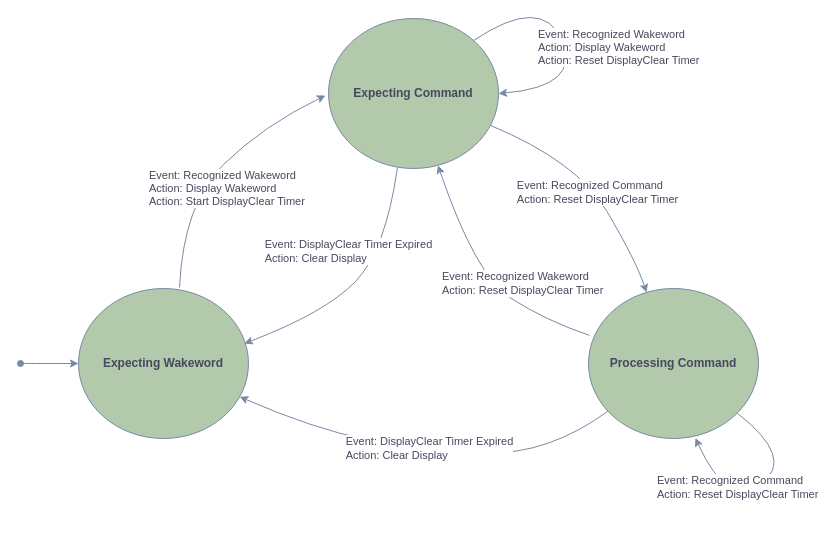
Earlier version of the draw.io diagram doc/programming_guide/ffd/diagrams/speech-recognizer_state-machine.drawio (xmos/sln_voice). Source tidied: cells renumbered, new cells numbered last; positions are measured from the earlier drawing's top-left corner, leaving out a move shared by most shapes. Both pictures are drawn from the tidied source at 100%, with x=0, y=0 at pixel (20, -6).
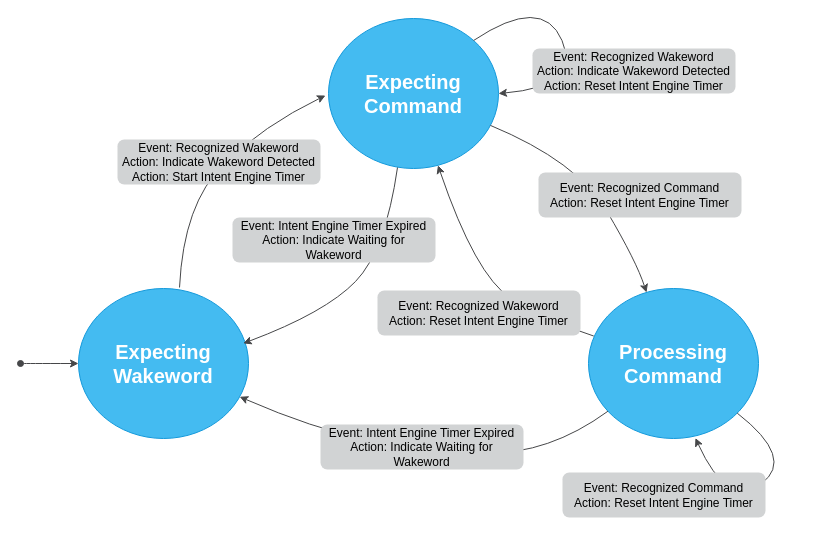
After the change.

Commit message (it also covers changes not shown here):
Updated ASR state machine diagram

Change to the diagram source:
```diff
@@
-    <mxCell id="2" value="&lt;b&gt;Expecting Wakeword&lt;/b&gt;" style="ellipse;whiteSpace=wrap;html=1;rounded=1;fillColor=#B2C9AB;strokeColor=#788AA3;fontColor=#46495D;" parent="1" vertex="1">
+    <mxCell id="2" value="&lt;span style=&quot;font-size: 20px;&quot;&gt;Expecting&lt;br style=&quot;font-size: 20px;&quot;&gt;Wakeword&lt;/span&gt;" style="ellipse;whiteSpace=wrap;html=1;rounded=1;fillColor=#44BBF1;strokeColor=#1399DB;fontColor=#FFFFFF;labelBackgroundColor=none;fontFamily=Arial Nova Light;fontSize=20;fontStyle=1;labelBorderColor=none;" parent="1" vertex="1">
       <mxGeometry x="58" y="294" width="170" height="150" as="geometry" />
     </mxCell>
-    <mxCell id="3" value="&lt;b&gt;Expecting Command&lt;/b&gt;" style="ellipse;whiteSpace=wrap;html=1;rounded=1;fillColor=#B2C9AB;strokeColor=#788AA3;fontColor=#46495D;" parent="1" vertex="1">
+    <mxCell id="3" value="&lt;span style=&quot;font-size: 20px;&quot;&gt;Expecting&lt;br style=&quot;font-size: 20px;&quot;&gt;Command&lt;/span&gt;" style="ellipse;whiteSpace=wrap;html=1;rounded=1;fillColor=#44BBF1;strokeColor=#1399DB;fontColor=#FFFFFF;labelBackgroundColor=none;fontFamily=Arial Nova Light;fontSize=20;fontStyle=1;labelBorderColor=none;" parent="1" vertex="1">
       <mxGeometry x="308" y="24" width="170" height="150" as="geometry" />
     </mxCell>
-    <mxCell id="4" value="&lt;b&gt;Processing Command&lt;/b&gt;" style="ellipse;whiteSpace=wrap;html=1;rounded=1;fillColor=#B2C9AB;strokeColor=#788AA3;fontColor=#46495D;" parent="1" vertex="1">
+    <mxCell id="4" value="&lt;span style=&quot;font-size: 20px;&quot;&gt;Processing&lt;br style=&quot;font-size: 20px;&quot;&gt;Command&lt;/span&gt;" style="ellipse;whiteSpace=wrap;html=1;rounded=1;fillColor=#44BBF1;strokeColor=#1399DB;fontColor=#FFFFFF;labelBackgroundColor=none;fontFamily=Arial Nova Light;fontSize=20;fontStyle=1;labelBorderColor=none;" parent="1" vertex="1">
       <mxGeometry x="568" y="294" width="170" height="150" as="geometry" />
     </mxCell>
-    <mxCell id="5" value="Event: Recognized Wakeword&lt;br&gt;Action: Display Wakeword&lt;br&gt;Action: Start DisplayClear Timer" style="endArrow=classic;html=1;rounded=1;strokeColor=#788AA3;fontColor=#46495D;curved=1;align=left;" parent="1" edge="1">
-      <mxGeometry x="-0.34" y="43" relative="1" as="geometry">
-        <mxPoint x="159" y="293" as="sourcePoint" />
-        <mxPoint x="305" y="101" as="targetPoint" />
-        <Array as="points">
-          <mxPoint x="163" y="209" />
-          <mxPoint x="243" y="131" />
-        </Array>
-        <mxPoint x="-8" y="18" as="offset" />
-      </mxGeometry>
-    </mxCell>
+    <mxCell id="16" style="endArrow=classic;html=1;rounded=1;strokeColor=#464749;fontColor=#000000;curved=1;align=left;labelBackgroundColor=none;fontFamily=Arial Nova Light;fontSize=12;fontStyle=1;fillColor=#44BBF1;labelBorderColor=none;" parent="1" edge="1">
+      <mxGeometry x="-0.36" y="39" relative="1" as="geometry">
+        <mxPoint x="159" y="293" as="sourcePoint" />
+        <mxPoint x="305" y="101" as="targetPoint" />
+        <Array as="points">
+          <mxPoint x="163" y="209" />
+          <mxPoint x="243" y="131" />
+        </Array>
+        <mxPoint x="-8" y="13" as="offset" />
+      </mxGeometry>
+    </mxCell>
-    <mxCell id="6" style="curved=1;endArrow=classic;html=1;rounded=1;sketch=0;fontColor=#46495D;strokeColor=#788AA3;fillColor=#B2C9AB;" parent="1" edge="1" source="4" target="2">
+    <mxCell id="6" style="curved=1;endArrow=classic;html=1;rounded=1;fontColor=#000000;strokeColor=#464749;fillColor=#44BBF1;labelBackgroundColor=none;fontFamily=Arial Nova Light;fontSize=12;fontStyle=1;labelBorderColor=none;" parent="1" edge="1" source="4" target="2">
       <mxGeometry relative="1" as="geometry">
         <Array as="points">
           <mxPoint x="528" y="460" />
           <mxPoint x="403" y="457" />
           <mxPoint x="292" y="434" />
         </Array>
       </mxGeometry>
     </mxCell>
-    <mxCell id="7" value="&lt;div style=&quot;text-align: left;&quot;&gt;Event: DisplayClear Timer Expired&lt;/div&gt;&lt;div style=&quot;text-align: left;&quot;&gt;Action: Clear Display&lt;/div&gt;" style="edgeLabel;html=1;align=center;verticalAlign=middle;fontColor=#46495D;" parent="6" vertex="1">
-      <mxGeometry x="0.15" y="1" relative="1" as="geometry">
-        <mxPoint x="32" y="1" as="offset" />
-      </mxGeometry>
-    </mxCell>
-    <mxCell id="8" style="curved=1;endArrow=classic;html=1;rounded=1;sketch=0;fontColor=#46495D;strokeColor=#788AA3;fillColor=#B2C9AB;exitX=0.412;exitY=0.993;exitDx=0;exitDy=0;entryX=0.982;entryY=0.367;entryDx=0;entryDy=0;entryPerimeter=0;exitPerimeter=0;" parent="1" edge="1">
-      <mxGeometry relative="1" as="geometry">
-        <mxPoint x="377" y="173" as="sourcePoint" />
-        <mxPoint x="223.9" y="349" as="targetPoint" />
-        <Array as="points">
-          <mxPoint x="365" y="256" />
-          <mxPoint x="305" y="318" />
-        </Array>
-      </mxGeometry>
-    </mxCell>
-    <mxCell id="9" value="&lt;div style=&quot;text-align: left;&quot;&gt;Event: DisplayClear Timer Expired&lt;/div&gt;&lt;div style=&quot;text-align: left;&quot;&gt;Action: Clear Display&lt;/div&gt;" style="edgeLabel;html=1;align=center;verticalAlign=middle;fontColor=#46495D;" parent="8" vertex="1">
-      <mxGeometry x="-0.09" relative="1" as="geometry">
-        <mxPoint x="-14" y="-23" as="offset" />
-      </mxGeometry>
-    </mxCell>
+    <mxCell id="17" value="&lt;div style=&quot;text-align: left; font-size: 12px;&quot;&gt;&lt;br&gt;&lt;/div&gt;" style="edgeLabel;html=1;align=center;verticalAlign=middle;fontColor=#000000;labelBackgroundColor=none;fontFamily=Arial Nova Light;fontSize=12;fontStyle=1;labelBorderColor=none;" parent="6" vertex="1">
+      <mxGeometry x="0.15" y="1" relative="1" as="geometry">
+        <mxPoint x="32" y="1" as="offset" />
+      </mxGeometry>
+    </mxCell>
+    <mxCell id="18" style="curved=1;endArrow=classic;html=1;rounded=1;fontColor=#000000;strokeColor=#464749;fillColor=#44BBF1;exitX=0.412;exitY=0.993;exitDx=0;exitDy=0;entryX=0.969;entryY=0.366;entryDx=0;entryDy=0;entryPerimeter=0;exitPerimeter=0;labelBackgroundColor=none;fontFamily=Arial Nova Light;fontSize=12;fontStyle=1;labelBorderColor=none;" parent="1" edge="1" target="2">
+      <mxGeometry relative="1" as="geometry">
+        <mxPoint x="377" y="173" as="sourcePoint" />
+        <Array as="points">
+          <mxPoint x="365" y="256" />
+          <mxPoint x="305" y="318" />
+        </Array>
+      </mxGeometry>
+    </mxCell>
+    <mxCell id="19" value="&lt;div style=&quot;text-align: left; font-size: 12px;&quot;&gt;&lt;br&gt;&lt;/div&gt;" style="edgeLabel;html=1;align=center;verticalAlign=middle;fontColor=#000000;labelBackgroundColor=none;fontFamily=Arial Nova Light;fontSize=12;fontStyle=1;labelBorderColor=none;" parent="18" vertex="1">
+      <mxGeometry x="-0.09" relative="1" as="geometry">
+        <mxPoint x="-14" y="-23" as="offset" />
+      </mxGeometry>
+    </mxCell>
-    <mxCell id="10" value="Event: Recognized Wakeword&lt;br&gt;Action: Display Wakeword&lt;br&gt;Action: Reset DisplayClear Timer" style="endArrow=classic;html=1;rounded=1;strokeColor=#788AA3;fontColor=#46495D;curved=1;align=left;entryX=1;entryY=0.5;entryDx=0;entryDy=0;exitX=1;exitY=0;exitDx=0;exitDy=0;" parent="1" edge="1" source="3" target="3">
+    <mxCell id="10" style="endArrow=classic;html=1;rounded=1;strokeColor=#464749;fontColor=default;curved=1;align=left;entryX=1;entryY=0.5;entryDx=0;entryDy=0;exitX=1;exitY=0;exitDx=0;exitDy=0;labelBackgroundColor=none;fontFamily=Arial Nova Light;fontSize=12;fontStyle=1;fillColor=#44BBF1;labelBorderColor=none;" parent="1" edge="1" source="3" target="3">
       <mxGeometry x="-0.03" y="-26" relative="1" as="geometry">
         <Array as="points">
           <mxPoint x="522" />
           <mxPoint x="561" y="92" />
         </Array>
       </mxGeometry>
     </mxCell>
-    <mxCell id="11" style="curved=1;endArrow=classic;html=1;rounded=1;sketch=0;fontColor=#46495D;strokeColor=#788AA3;fillColor=#B2C9AB;" parent="1" edge="1" source="3">
-      <mxGeometry relative="1" as="geometry">
-        <mxPoint x="626" y="298" as="targetPoint" />
-        <Array as="points">
-          <mxPoint x="557" y="167" />
-          <mxPoint x="616" y="267" />
-        </Array>
-      </mxGeometry>
-    </mxCell>
-    <mxCell id="12" value="&lt;div style=&quot;text-align: left;&quot;&gt;Event: Recognized Command&lt;/div&gt;&lt;div style=&quot;text-align: left;&quot;&gt;Action: Reset DisplayClear Timer&lt;/div&gt;" style="edgeLabel;html=1;align=center;verticalAlign=middle;fontColor=#46495D;" parent="11" vertex="1">
-      <mxGeometry x="0.07" y="1" relative="1" as="geometry" />
-    </mxCell>
-    <mxCell id="13" style="endArrow=classic;startArrow=oval;html=1;rounded=1;sketch=0;fontColor=#46495D;strokeColor=#788AA3;fillColor=#B2C9AB;curved=1;entryX=0;entryY=0.5;entryDx=0;entryDy=0;startFill=1;" parent="1" edge="1" target="2">
-      <mxGeometry relative="1" as="geometry">
-        <mxPoint y="369" as="sourcePoint" />
-      </mxGeometry>
-    </mxCell>
+    <mxCell id="20" style="curved=1;endArrow=classic;html=1;rounded=1;fontColor=#000000;strokeColor=#464749;fillColor=#44BBF1;labelBackgroundColor=none;fontFamily=Arial Nova Light;fontSize=12;fontStyle=1;labelBorderColor=none;" parent="1" edge="1" source="3">
+      <mxGeometry relative="1" as="geometry">
+        <mxPoint x="626" y="298" as="targetPoint" />
+        <Array as="points">
+          <mxPoint x="557" y="167" />
+          <mxPoint x="616" y="267" />
+        </Array>
+      </mxGeometry>
+    </mxCell>
+    <mxCell id="21" value="&lt;div style=&quot;text-align: left; font-size: 12px;&quot;&gt;&lt;br&gt;&lt;/div&gt;" style="edgeLabel;html=1;align=center;verticalAlign=middle;fontColor=#000000;labelBackgroundColor=none;fontFamily=Arial Nova Light;fontSize=12;fontStyle=1;labelBorderColor=none;" parent="20" vertex="1">
+      <mxGeometry x="0.07" y="1" relative="1" as="geometry" />
+    </mxCell>
+    <mxCell id="22" style="endArrow=classic;startArrow=oval;html=1;rounded=1;fontColor=#000000;strokeColor=#464749;fillColor=#44BBF1;curved=1;entryX=0;entryY=0.5;entryDx=0;entryDy=0;startFill=1;labelBackgroundColor=none;fontFamily=Arial Nova Light;fontSize=12;fontStyle=1;labelBorderColor=none;" parent="1" edge="1" target="2">
+      <mxGeometry relative="1" as="geometry">
+        <mxPoint y="369" as="sourcePoint" />
+      </mxGeometry>
+    </mxCell>
-    <mxCell id="14" value="Event: Recognized Command&lt;br&gt;Action: Reset DisplayClear Timer" style="endArrow=classic;html=1;rounded=1;strokeColor=#788AA3;fontColor=#46495D;curved=1;align=left;entryX=0.629;entryY=0.997;entryDx=0;entryDy=0;entryPerimeter=0;" parent="1" edge="1" source="4" target="4">
+    <mxCell id="14" style="endArrow=classic;html=1;rounded=1;strokeColor=#464749;fontColor=#000000;curved=1;align=left;entryX=0.629;entryY=0.997;entryDx=0;entryDy=0;entryPerimeter=0;labelBackgroundColor=none;fontFamily=Arial Nova Light;fontSize=12;fontStyle=1;fillColor=#44BBF1;labelBorderColor=none;" parent="1" edge="1" source="4" target="4">
       <mxGeometry x="0.76" y="57" relative="1" as="geometry">
         <Array as="points">
           <mxPoint x="775" y="464" />
           <mxPoint x="707" y="514" />
         </Array>
       </mxGeometry>
     </mxCell>
-    <mxCell id="15" value="Event: Recognized Wakeword&lt;br&gt;Action: Reset DisplayClear Timer" style="endArrow=classic;html=1;rounded=1;strokeColor=#788AA3;fontColor=#46495D;curved=1;align=left;exitX=0.006;exitY=0.313;exitDx=0;exitDy=0;exitPerimeter=0;" parent="1" edge="1" source="4" target="3">
+    <mxCell id="15" style="endArrow=classic;html=1;rounded=1;strokeColor=#464749;fontColor=#000000;curved=1;align=left;exitX=0.031;exitY=0.317;exitDx=0;exitDy=0;exitPerimeter=0;labelBackgroundColor=none;fontFamily=Arial Nova Light;fontSize=12;fontStyle=1;fillColor=#44BBF1;labelBorderColor=none;" parent="1" edge="1" source="4" target="3">
       <mxGeometry x="0.09" y="36" relative="1" as="geometry">
         <Array as="points">
           <mxPoint x="525" y="326" />
           <mxPoint x="455" y="281" />
         </Array>
       </mxGeometry>
     </mxCell>
+    <mxCell id="23" value="&lt;span style=&quot;color: rgb(0, 0, 0); text-align: left;&quot;&gt;Event: Recognized Wakeword&lt;/span&gt;&lt;br style=&quot;border-color: var(--border-color); color: rgb(0, 0, 0); text-align: left;&quot;&gt;&lt;span style=&quot;color: rgb(0, 0, 0); text-align: left;&quot;&gt;Action: Indicate Wakeword Detected&lt;/span&gt;&lt;br style=&quot;border-color: var(--border-color); color: rgb(0, 0, 0); text-align: left;&quot;&gt;&lt;span style=&quot;color: rgb(0, 0, 0); text-align: left;&quot;&gt;Action: Reset Intent Engine Timer&lt;/span&gt;" style="rounded=1;whiteSpace=wrap;html=1;strokeColor=none;fontFamily=Arial Nova Light;fontColor=#FFFFFF;fillColor=#D1D3D4;fontStyle=0;" parent="1" vertex="1">
+      <mxGeometry x="512" y="54" width="203" height="45" as="geometry" />
+    </mxCell>
+    <mxCell id="24" value="&lt;div style=&quot;border-color: var(--border-color); color: rgb(0, 0, 0);&quot;&gt;&lt;span style=&quot;&quot;&gt;Event: Recognized Wakeword&lt;/span&gt;&lt;br style=&quot;border-color: var(--border-color);&quot;&gt;&lt;span style=&quot;&quot;&gt;Action: Indicate Wakeword Detected&lt;/span&gt;&lt;br style=&quot;border-color: var(--border-color);&quot;&gt;&lt;span style=&quot;&quot;&gt;Action: Start Intent Engine Timer&lt;/span&gt;&lt;br&gt;&lt;/div&gt;" style="rounded=1;whiteSpace=wrap;html=1;strokeColor=none;fontFamily=Arial Nova Light;fontColor=#FFFFFF;fillColor=#D1D3D4;fontStyle=0;" parent="1" vertex="1">
+      <mxGeometry x="97" y="145" width="203" height="45" as="geometry" />
+    </mxCell>
+    <mxCell id="25" value="&lt;div style=&quot;border-color: var(--border-color); color: rgb(0, 0, 0);&quot;&gt;&lt;div style=&quot;border-color: var(--border-color);&quot;&gt;&lt;span style=&quot;text-align: left;&quot;&gt;Event: Recognized Wakeword&lt;/span&gt;&lt;br style=&quot;border-color: var(--border-color); text-align: left;&quot;&gt;&lt;span style=&quot;text-align: left;&quot;&gt;Action: Reset Intent Engine Timer&lt;/span&gt;&lt;br&gt;&lt;/div&gt;&lt;/div&gt;" style="rounded=1;whiteSpace=wrap;html=1;strokeColor=none;fontFamily=Arial Nova Light;fontColor=#FFFFFF;fillColor=#D1D3D4;align=center;fontStyle=0;" parent="1" vertex="1">
+      <mxGeometry x="357" y="296" width="203" height="45" as="geometry" />
+    </mxCell>
+    <mxCell id="26" value="&lt;div style=&quot;border-color: var(--border-color); color: rgb(0, 0, 0);&quot;&gt;&lt;div style=&quot;border-color: var(--border-color);&quot;&gt;&lt;font style=&quot;border-color: var(--border-color);&quot;&gt;Event: Intent Engine Timer Expired&lt;/font&gt;&lt;/div&gt;&lt;div style=&quot;border-color: var(--border-color);&quot;&gt;&lt;font style=&quot;border-color: var(--border-color);&quot;&gt;Action: Indicate Waiting for Wakeword&lt;/font&gt;&lt;/div&gt;&lt;/div&gt;" style="rounded=1;whiteSpace=wrap;html=1;strokeColor=none;fontFamily=Arial Nova Light;fontColor=#FFFFFF;fillColor=#D1D3D4;align=center;fontStyle=0;" parent="1" vertex="1">
+      <mxGeometry x="212" y="223" width="203" height="45" as="geometry" />
+    </mxCell>
+    <mxCell id="27" value="&lt;div style=&quot;border-color: var(--border-color); color: rgb(0, 0, 0);&quot;&gt;&lt;div style=&quot;border-color: var(--border-color);&quot;&gt;&lt;span style=&quot;text-align: left;&quot;&gt;Event: Recognized Command&lt;/span&gt;&lt;br style=&quot;border-color: var(--border-color); text-align: left;&quot;&gt;&lt;span style=&quot;text-align: left;&quot;&gt;Action: Reset Intent Engine Timer&lt;/span&gt;&lt;br&gt;&lt;/div&gt;&lt;/div&gt;" style="rounded=1;whiteSpace=wrap;html=1;strokeColor=none;fontFamily=Arial Nova Light;fontColor=#FFFFFF;fillColor=#D1D3D4;align=center;fontStyle=0;" parent="1" vertex="1">
+      <mxGeometry x="542" y="478" width="203" height="45" as="geometry" />
+    </mxCell>
+    <mxCell id="28" value="&lt;div style=&quot;border-color: var(--border-color); color: rgb(0, 0, 0);&quot;&gt;&lt;div style=&quot;border-color: var(--border-color);&quot;&gt;&lt;div style=&quot;border-color: var(--border-color);&quot;&gt;&lt;font style=&quot;border-color: var(--border-color);&quot;&gt;Event: Intent Engine Timer Expired&lt;/font&gt;&lt;/div&gt;&lt;div style=&quot;border-color: var(--border-color);&quot;&gt;&lt;font style=&quot;border-color: var(--border-color);&quot;&gt;Action: Indicate Waiting for Wakeword&lt;/font&gt;&lt;/div&gt;&lt;/div&gt;&lt;/div&gt;" style="rounded=1;whiteSpace=wrap;html=1;strokeColor=none;fontFamily=Arial Nova Light;fontColor=#FFFFFF;fillColor=#D1D3D4;align=center;fontStyle=0;" parent="1" vertex="1">
+      <mxGeometry x="300" y="430" width="203" height="45" as="geometry" />
+    </mxCell>
+    <mxCell id="29" value="&lt;div style=&quot;border-color: var(--border-color); color: rgb(0, 0, 0);&quot;&gt;&lt;font style=&quot;border-color: var(--border-color);&quot;&gt;Event: Recognized Command&lt;/font&gt;&lt;/div&gt;&lt;div style=&quot;border-color: var(--border-color); color: rgb(0, 0, 0);&quot;&gt;&lt;font style=&quot;border-color: var(--border-color);&quot;&gt;Action: Reset Intent Engine Timer&lt;/font&gt;&lt;/div&gt;" style="rounded=1;whiteSpace=wrap;html=1;strokeColor=none;fontFamily=Arial Nova Light;fontColor=#FFFFFF;fillColor=#D1D3D4;align=center;fontStyle=0;" parent="1" vertex="1">
+      <mxGeometry x="518" y="178" width="203" height="45" as="geometry" />
+    </mxCell>
```
